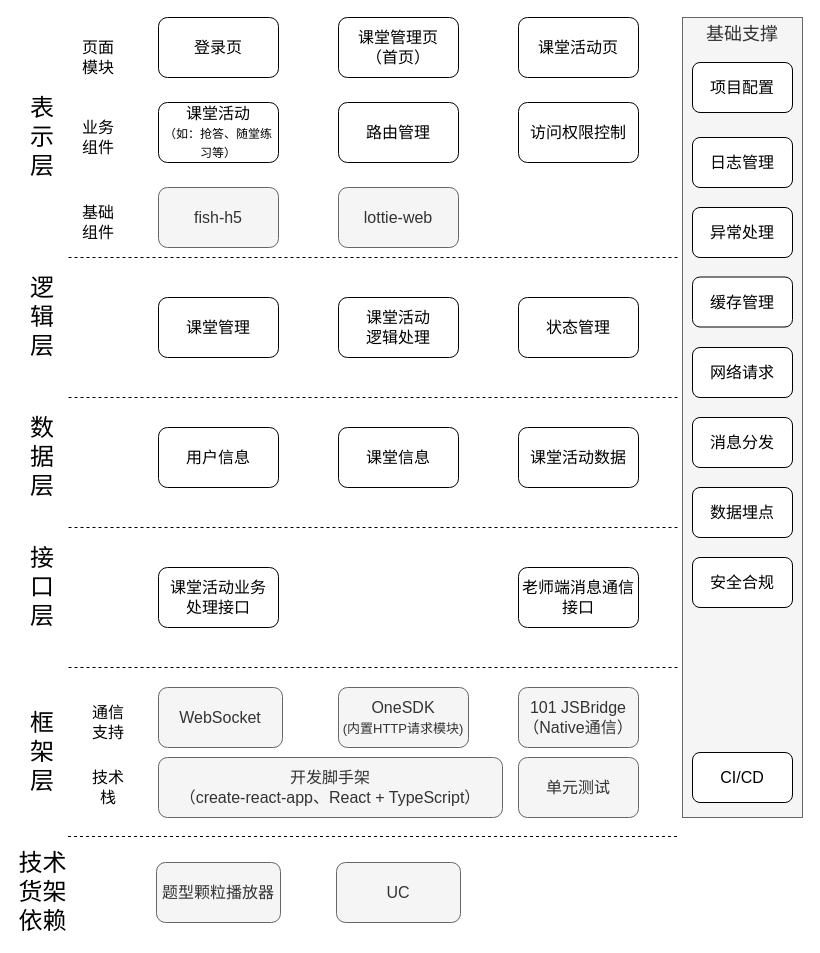
Above: page "PAD学生端 - H5组件" (4 of 6) of K12-智慧教室.drawio in TinlerLin/SmartClassroom (draw.io), before the change. Source tidied: cells renumbered, new cells numbered last; positions are measured from the earlier drawing's top-left corner, leaving out a move shared by most shapes. Both pictures are drawn from the tidied source at 100%, with x=0, y=0 at pixel (16, 17).
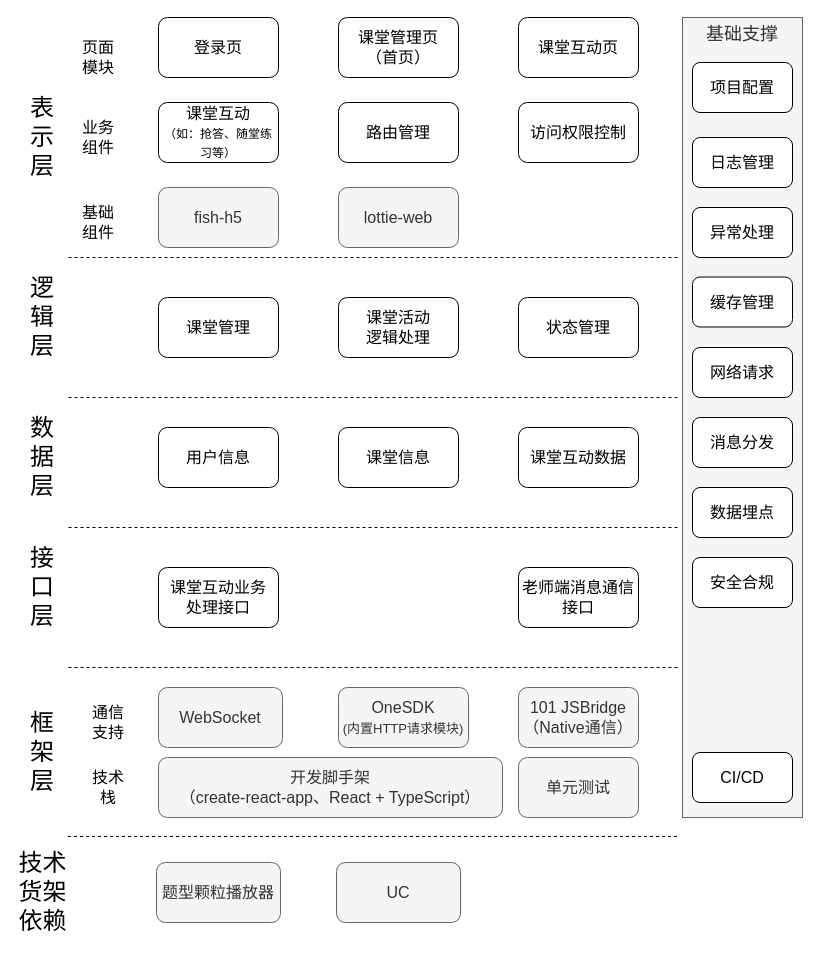
The same page after the edit.

Diff of the diagram source:
```diff
@@
-    <mxCell id="5" value="课堂活动页" style="rounded=1;whiteSpace=wrap;html=1;fontSize=16;" parent="1" vertex="1">
+    <mxCell id="5" value="课堂互动页" style="rounded=1;whiteSpace=wrap;html=1;fontSize=16;" parent="1" vertex="1">
       <mxGeometry x="502" width="120" height="60" as="geometry" />
     </mxCell>
@@
-    <mxCell id="16" value="课堂活动数据" style="rounded=1;whiteSpace=wrap;html=1;fontSize=16;" parent="1" vertex="1">
+    <mxCell id="16" value="课堂互动数据" style="rounded=1;whiteSpace=wrap;html=1;fontSize=16;" parent="1" vertex="1">
       <mxGeometry x="502" y="410" width="120" height="60" as="geometry" />
     </mxCell>
-    <mxCell id="17" value="课堂活动&lt;br&gt;&lt;font style=&quot;font-size: 12px&quot;&gt;（如：抢答、随堂练习等）&lt;/font&gt;" style="rounded=1;whiteSpace=wrap;html=1;fontSize=16;" parent="1" vertex="1">
+    <mxCell id="17" value="课堂互动&lt;br&gt;&lt;font style=&quot;font-size: 12px&quot;&gt;（如：抢答、随堂练习等）&lt;/font&gt;" style="rounded=1;whiteSpace=wrap;html=1;fontSize=16;" parent="1" vertex="1">
       <mxGeometry x="142" y="85" width="120" height="60" as="geometry" />
     </mxCell>
@@
-    <mxCell id="45" value="课堂活动业务&lt;br&gt;处理接口" style="rounded=1;whiteSpace=wrap;html=1;fontSize=16;" parent="1" vertex="1">
+    <mxCell id="45" value="课堂互动业务&lt;br&gt;处理接口" style="rounded=1;whiteSpace=wrap;html=1;fontSize=16;" parent="1" vertex="1">
       <mxGeometry x="142" y="550" width="120" height="60" as="geometry" />
     </mxCell>
```
